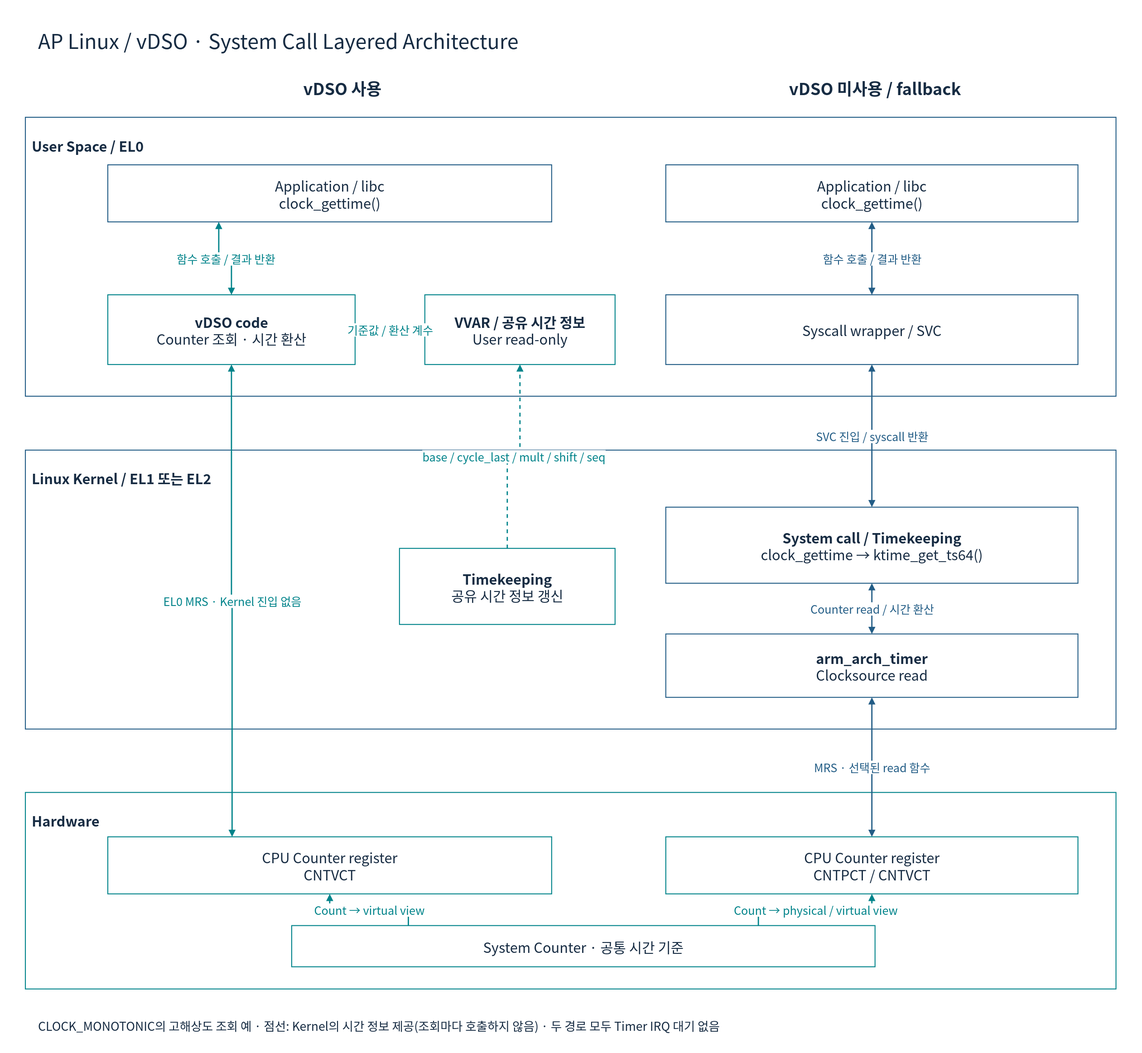
The draw.io diagram doc/phase1/timer/diagrams/08b-linux-vdso-layers.drawio.svg in cometzero/project-apollo, before a commit. Source tidied: cells renumbered, new cells last; positions are measured from the earlier drawing's top-left corner, leaving out a move shared by most shapes.
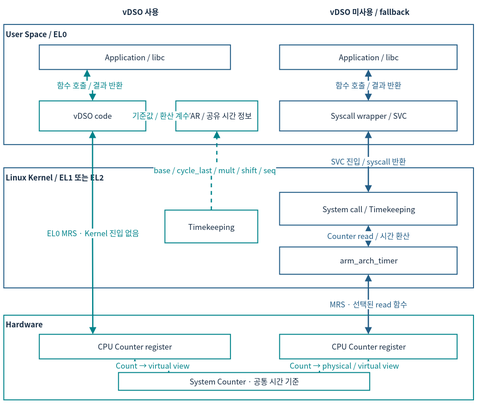
Later version of the same file.

The edit, as a diff of the source:
```diff
@@ -2,92 +2,83 @@
   <root>
     <mxCell id="0" />
     <mxCell id="1" parent="0" />
-    <mxCell id="2" style="rounded=0;whiteSpace=wrap;html=1;fillColor=#FFFFFF;strokeColor=none;strokeWidth=1.5;fontColor=#172C43;fontFamily=Noto Sans CJK KR;fontSize=22;spacing=10;" parent="1" vertex="1">
-      <mxGeometry width="1800" height="1660" as="geometry" />
-    </mxCell>
-    <mxCell id="3" value="AP Linux / vDSO · System Call Layered Architecture" style="rounded=0;whiteSpace=wrap;html=1;fillColor=#FFFFFF;strokeColor=none;strokeWidth=1.5;fontColor=#172C43;fontFamily=Noto Sans CJK KR;fontSize=22;spacing=10;fontSize=32;align=left;" parent="1" vertex="1">
-      <mxGeometry x="50" y="30" width="1700" height="65" as="geometry" />
-    </mxCell>
-    <mxCell id="4" value="vDSO 사용" style="rounded=0;whiteSpace=wrap;html=1;fillColor=#FFFFFF;strokeColor=none;strokeWidth=1.5;fontColor=#172C43;fontFamily=Noto Sans CJK KR;fontSize=22;spacing=10;fontStyle=1;fontSize=26;" parent="1" vertex="1">
-      <mxGeometry x="190" y="110" width="700" height="55" as="geometry" />
+    <mxCell id="4" value="vDSO 사용" style="rounded=0;whiteSpace=wrap;html=1;fillColor=#FFFFFF;strokeColor=none;strokeWidth=1.5;fontColor=#172C43;fontFamily=Noto Sans CJK KR;fontStyle=1;fontSize=12;spacing=3;whiteSpace=wrap;" parent="1" vertex="1">
+      <mxGeometry x="76.5" y="12" width="301.2" height="23.7" as="geometry" />
     </mxCell>
-    <mxCell id="5" value="vDSO 미사용 / fallback" style="rounded=0;whiteSpace=wrap;html=1;fillColor=#FFFFFF;strokeColor=none;strokeWidth=1.5;fontColor=#172C43;fontFamily=Noto Sans CJK KR;fontSize=22;spacing=10;fontStyle=1;fontSize=26;" parent="1" vertex="1">
-      <mxGeometry x="1030" y="110" width="700" height="55" as="geometry" />
+    <mxCell id="5" value="vDSO 미사용 / fallback" style="rounded=0;whiteSpace=wrap;html=1;fillColor=#FFFFFF;strokeColor=none;strokeWidth=1.5;fontColor=#172C43;fontFamily=Noto Sans CJK KR;fontStyle=1;fontSize=12;spacing=3;whiteSpace=wrap;" parent="1" vertex="1">
+      <mxGeometry x="437.9" y="12" width="301.2" height="23.7" as="geometry" />
     </mxCell>
-    <mxCell id="6" value="User Space / EL0" style="rounded=0;whiteSpace=wrap;html=1;fillColor=#FFFFFF;strokeColor=#235D86;strokeWidth=1.5;fontColor=#172C43;fontFamily=Noto Sans CJK KR;fontSize=22;spacing=10;verticalAlign=top;fontStyle=1;spacingTop=16;align=left;" parent="1" vertex="1">
-      <mxGeometry x="40" y="185" width="1720" height="440" as="geometry" />
+    <mxCell id="6" value="User Space / EL0" style="rounded=0;whiteSpace=wrap;html=1;fillColor=#FFFFFF;strokeColor=#235D86;strokeWidth=1.5;fontColor=#172C43;fontFamily=Noto Sans CJK KR;verticalAlign=top;fontStyle=1;align=left;fontSize=12;spacing=3;whiteSpace=wrap;" parent="1" vertex="1">
+      <mxGeometry x="12" y="44.3" width="740" height="189.3" as="geometry" />
     </mxCell>
-    <mxCell id="7" value="Linux Kernel / EL1 또는 EL2" style="rounded=0;whiteSpace=wrap;html=1;fillColor=#FFFFFF;strokeColor=#235D86;strokeWidth=1.5;fontColor=#172C43;fontFamily=Noto Sans CJK KR;fontSize=22;spacing=10;verticalAlign=top;fontStyle=1;spacingTop=16;align=left;" parent="1" vertex="1">
-      <mxGeometry x="40" y="710" width="1720" height="440" as="geometry" />
+    <mxCell id="7" value="Linux Kernel / EL1 또는 EL2" style="rounded=0;whiteSpace=wrap;html=1;fillColor=#FFFFFF;strokeColor=#235D86;strokeWidth=1.5;fontColor=#172C43;fontFamily=Noto Sans CJK KR;verticalAlign=top;fontStyle=1;align=left;fontSize=12;spacing=3;whiteSpace=wrap;" parent="1" vertex="1">
+      <mxGeometry x="12" y="270.1" width="740" height="189.3" as="geometry" />
     </mxCell>
-    <mxCell id="8" value="Hardware" style="rounded=0;whiteSpace=wrap;html=1;fillColor=#FFFFFF;strokeColor=#00838A;strokeWidth=1.5;fontColor=#172C43;fontFamily=Noto Sans CJK KR;fontSize=22;spacing=10;verticalAlign=top;fontStyle=1;spacingTop=16;align=left;" parent="1" vertex="1">
-      <mxGeometry x="40" y="1250" width="1720" height="310" as="geometry" />
+    <mxCell id="8" value="Hardware" style="rounded=0;whiteSpace=wrap;html=1;fillColor=#FFFFFF;strokeColor=#00838A;strokeWidth=1.5;fontColor=#172C43;fontFamily=Noto Sans CJK KR;verticalAlign=top;fontStyle=1;align=left;fontSize=12;spacing=3;whiteSpace=wrap;" parent="1" vertex="1">
+      <mxGeometry x="12" y="502.5" width="740" height="133.4" as="geometry" />
     </mxCell>
-    <mxCell id="9" value="Application / libc&lt;br&gt;clock_gettime()" style="rounded=0;whiteSpace=wrap;html=1;fillColor=#FFFFFF;strokeColor=#235D86;strokeWidth=1.5;fontColor=#172C43;fontFamily=Noto Sans CJK KR;fontSize=22;spacing=10;" parent="1" vertex="1">
-      <mxGeometry x="170" y="260" width="700" height="90" as="geometry" />
+    <mxCell id="9" value="Application / libc" style="rounded=0;whiteSpace=wrap;html=1;fillColor=#FFFFFF;strokeColor=#235D86;strokeWidth=1.5;fontColor=#172C43;fontFamily=Noto Sans CJK KR;fontSize=12;spacing=3;whiteSpace=wrap;" parent="1" vertex="1">
+      <mxGeometry x="67.9" y="76.5" width="301.2" height="38.7" as="geometry" />
     </mxCell>
-    <mxCell id="10" value="Application / libc&lt;br&gt;clock_gettime()" style="rounded=0;whiteSpace=wrap;html=1;fillColor=#FFFFFF;strokeColor=#235D86;strokeWidth=1.5;fontColor=#172C43;fontFamily=Noto Sans CJK KR;fontSize=22;spacing=10;" parent="1" vertex="1">
-      <mxGeometry x="1050" y="260" width="650" height="90" as="geometry" />
+    <mxCell id="10" value="Application / libc" style="rounded=0;whiteSpace=wrap;html=1;fillColor=#FFFFFF;strokeColor=#235D86;strokeWidth=1.5;fontColor=#172C43;fontFamily=Noto Sans CJK KR;fontSize=12;spacing=3;whiteSpace=wrap;" parent="1" vertex="1">
+      <mxGeometry x="446.5" y="76.5" width="279.6" height="38.7" as="geometry" />
     </mxCell>
-    <mxCell id="11" value="&lt;b&gt;vDSO code&lt;/b&gt;&lt;br&gt;Counter 조회 · 시간 환산" style="rounded=0;whiteSpace=wrap;html=1;fillColor=#FFFFFF;strokeColor=#00838A;strokeWidth=1.5;fontColor=#172C43;fontFamily=Noto Sans CJK KR;fontSize=22;spacing=10;" parent="1" vertex="1">
-      <mxGeometry x="170" y="465" width="390" height="110" as="geometry" />
+    <mxCell id="11" value="vDSO code" style="rounded=0;whiteSpace=wrap;html=1;fillColor=#FFFFFF;strokeColor=#00838A;strokeWidth=1.5;fontColor=#172C43;fontFamily=Noto Sans CJK KR;fontSize=12;spacing=3;whiteSpace=wrap;" parent="1" vertex="1">
+      <mxGeometry x="67.9" y="164.7" width="167.8" height="47.3" as="geometry" />
     </mxCell>
-    <mxCell id="12" value="&lt;b&gt;VVAR / 공유 시간 정보&lt;/b&gt;&lt;br&gt;User read-only" style="rounded=0;whiteSpace=wrap;html=1;fillColor=#FFFFFF;strokeColor=#00838A;strokeWidth=1.5;fontColor=#172C43;fontFamily=Noto Sans CJK KR;fontSize=22;spacing=10;" parent="1" vertex="1">
-      <mxGeometry x="670" y="465" width="300" height="110" as="geometry" />
+    <mxCell id="12" value="VVAR / 공유 시간 정보" style="rounded=0;whiteSpace=wrap;html=1;fillColor=#FFFFFF;strokeColor=#00838A;strokeWidth=1.5;fontColor=#172C43;fontFamily=Noto Sans CJK KR;fontSize=12;spacing=3;whiteSpace=wrap;" parent="1" vertex="1">
+      <mxGeometry x="283.1" y="164.7" width="129.1" height="47.3" as="geometry" />
     </mxCell>
-    <mxCell id="13" value="Syscall wrapper / SVC" style="rounded=0;whiteSpace=wrap;html=1;fillColor=#FFFFFF;strokeColor=#235D86;strokeWidth=1.5;fontColor=#172C43;fontFamily=Noto Sans CJK KR;fontSize=22;spacing=10;" parent="1" vertex="1">
-      <mxGeometry x="1050" y="465" width="650" height="110" as="geometry" />
+    <mxCell id="13" value="Syscall wrapper / SVC" style="rounded=0;whiteSpace=wrap;html=1;fillColor=#FFFFFF;strokeColor=#235D86;strokeWidth=1.5;fontColor=#172C43;fontFamily=Noto Sans CJK KR;fontSize=12;spacing=3;whiteSpace=wrap;" parent="1" vertex="1">
+      <mxGeometry x="446.5" y="164.7" width="279.6" height="47.3" as="geometry" />
     </mxCell>
-    <mxCell id="14" value="&lt;b&gt;Timekeeping&lt;/b&gt;&lt;br&gt;공유 시간 정보 갱신" style="rounded=0;whiteSpace=wrap;html=1;fillColor=#FFFFFF;strokeColor=#00838A;strokeWidth=1.5;fontColor=#172C43;fontFamily=Noto Sans CJK KR;fontSize=22;spacing=10;" parent="1" vertex="1">
-      <mxGeometry x="630" y="865" width="340" height="120" as="geometry" />
+    <mxCell id="14" value="Timekeeping" style="rounded=0;whiteSpace=wrap;html=1;fillColor=#FFFFFF;strokeColor=#00838A;strokeWidth=1.5;fontColor=#172C43;fontFamily=Noto Sans CJK KR;fontSize=12;spacing=3;whiteSpace=wrap;" parent="1" vertex="1">
+      <mxGeometry x="265.8" y="336.8" width="146.3" height="51.6" as="geometry" />
     </mxCell>
-    <mxCell id="15" value="&lt;b&gt;System call / Timekeeping&lt;/b&gt;&lt;br&gt;clock_gettime → ktime_get_ts64()" style="rounded=0;whiteSpace=wrap;html=1;fillColor=#FFFFFF;strokeColor=#235D86;strokeWidth=1.5;fontColor=#172C43;fontFamily=Noto Sans CJK KR;fontSize=22;spacing=10;" parent="1" vertex="1">
-      <mxGeometry x="1050" y="800" width="650" height="120" as="geometry" />
+    <mxCell id="15" value="System call / Timekeeping" style="rounded=0;whiteSpace=wrap;html=1;fillColor=#FFFFFF;strokeColor=#235D86;strokeWidth=1.5;fontColor=#172C43;fontFamily=Noto Sans CJK KR;fontSize=12;spacing=3;whiteSpace=wrap;" parent="1" vertex="1">
+      <mxGeometry x="446.5" y="308.9" width="279.6" height="51.6" as="geometry" />
     </mxCell>
-    <mxCell id="16" value="&lt;b&gt;arm_arch_timer&lt;/b&gt;&lt;br&gt;Clocksource read" style="rounded=0;whiteSpace=wrap;html=1;fillColor=#FFFFFF;strokeColor=#235D86;strokeWidth=1.5;fontColor=#172C43;fontFamily=Noto Sans CJK KR;fontSize=22;spacing=10;" parent="1" vertex="1">
-      <mxGeometry x="1050" y="1000" width="650" height="100" as="geometry" />
+    <mxCell id="16" value="arm_arch_timer" style="rounded=0;whiteSpace=wrap;html=1;fillColor=#FFFFFF;strokeColor=#235D86;strokeWidth=1.5;fontColor=#172C43;fontFamily=Noto Sans CJK KR;fontSize=12;spacing=3;whiteSpace=wrap;" parent="1" vertex="1">
+      <mxGeometry x="446.5" y="394.9" width="279.6" height="43" as="geometry" />
     </mxCell>
-    <mxCell id="17" value="CPU Counter register&lt;br&gt;CNTVCT" style="rounded=0;whiteSpace=wrap;html=1;fillColor=#FFFFFF;strokeColor=#00838A;strokeWidth=1.5;fontColor=#172C43;fontFamily=Noto Sans CJK KR;fontSize=22;spacing=10;" parent="1" vertex="1">
-      <mxGeometry x="170" y="1320" width="700" height="90" as="geometry" />
+    <mxCell id="17" value="CPU Counter register" style="rounded=0;whiteSpace=wrap;html=1;fillColor=#FFFFFF;strokeColor=#00838A;strokeWidth=1.5;fontColor=#172C43;fontFamily=Noto Sans CJK KR;fontSize=12;spacing=3;whiteSpace=wrap;" parent="1" vertex="1">
+      <mxGeometry x="67.9" y="532.6" width="301.2" height="38.7" as="geometry" />
     </mxCell>
-    <mxCell id="18" value="CPU Counter register&lt;br&gt;CNTPCT / CNTVCT" style="rounded=0;whiteSpace=wrap;html=1;fillColor=#FFFFFF;strokeColor=#00838A;strokeWidth=1.5;fontColor=#172C43;fontFamily=Noto Sans CJK KR;fontSize=22;spacing=10;" parent="1" vertex="1">
-      <mxGeometry x="1050" y="1320" width="650" height="90" as="geometry" />
+    <mxCell id="18" value="CPU Counter register" style="rounded=0;whiteSpace=wrap;html=1;fillColor=#FFFFFF;strokeColor=#00838A;strokeWidth=1.5;fontColor=#172C43;fontFamily=Noto Sans CJK KR;fontSize=12;spacing=3;whiteSpace=wrap;" parent="1" vertex="1">
+      <mxGeometry x="446.5" y="532.6" width="279.6" height="38.7" as="geometry" />
     </mxCell>
-    <mxCell id="19" value="System Counter · 공통 시간 기준" style="rounded=0;whiteSpace=wrap;html=1;fillColor=#FFFFFF;strokeColor=#00838A;strokeWidth=1.5;fontColor=#172C43;fontFamily=Noto Sans CJK KR;fontSize=22;spacing=10;" parent="1" vertex="1">
-      <mxGeometry x="460" y="1460" width="920" height="65" as="geometry" />
+    <mxCell id="19" value="System Counter · 공통 시간 기준" style="rounded=0;whiteSpace=wrap;html=1;fillColor=#FFFFFF;strokeColor=#00838A;strokeWidth=1.5;fontColor=#172C43;fontFamily=Noto Sans CJK KR;fontSize=12;spacing=3;whiteSpace=wrap;" parent="1" vertex="1">
+      <mxGeometry x="192.7" y="592.8" width="395.8" height="28" as="geometry" />
     </mxCell>
-    <mxCell id="20" value="함수 호출 / 결과 반환" style="edgeStyle=orthogonalEdgeStyle;rounded=0;html=1;endArrow=block;endFill=1;strokeWidth=2;strokeColor=#00838A;fontColor=#00838A;fontFamily=Noto Sans CJK KR;fontSize=18;labelBackgroundColor=#FFFFFF;exitX=0.25;exitY=1;entryX=0.5;entryY=0;startArrow=block;startFill=1;" parent="1" edge="1" source="9" target="11">
+    <mxCell id="20" value="함수 호출 / 결과 반환" style="edgeStyle=orthogonalEdgeStyle;rounded=0;html=1;endArrow=block;endFill=1;strokeWidth=2;strokeColor=#00838A;fontColor=#00838A;fontFamily=Noto Sans CJK KR;labelBackgroundColor=#FFFFFF;exitX=0.25;exitY=1;entryX=0.5;entryY=0;startArrow=block;startFill=1;fontSize=12;spacing=3;whiteSpace=nowrap;" parent="1" edge="1" source="9" target="11">
       <mxGeometry relative="1" as="geometry" />
     </mxCell>
-    <mxCell id="21" value="기준값 / 환산 계수" style="edgeStyle=orthogonalEdgeStyle;rounded=0;html=1;endArrow=block;endFill=1;strokeWidth=2;strokeColor=#00838A;fontColor=#00838A;fontFamily=Noto Sans CJK KR;fontSize=18;labelBackgroundColor=#FFFFFF;exitX=0;exitY=0.5;entryX=1;entryY=0.5;" parent="1" edge="1" source="12" target="11">
+    <mxCell id="21" value="기준값 / 환산 계수" style="edgeStyle=orthogonalEdgeStyle;rounded=0;html=1;endArrow=block;endFill=1;strokeWidth=2;strokeColor=#00838A;fontColor=#00838A;fontFamily=Noto Sans CJK KR;labelBackgroundColor=#FFFFFF;exitX=0;exitY=0.5;entryX=1;entryY=0.5;fontSize=12;spacing=3;whiteSpace=nowrap;" parent="1" edge="1" source="12" target="11">
       <mxGeometry relative="1" as="geometry" />
     </mxCell>
-    <mxCell id="22" value="base / cycle_last / mult / shift / seq" style="edgeStyle=orthogonalEdgeStyle;rounded=0;html=1;endArrow=block;endFill=1;strokeWidth=2;strokeColor=#00838A;fontColor=#00838A;fontFamily=Noto Sans CJK KR;fontSize=18;labelBackgroundColor=#FFFFFF;exitX=0.5;exitY=0;entryX=0.5;entryY=1;dashed=1;" parent="1" edge="1" source="14" target="12">
+    <mxCell id="22" value="base / cycle_last / mult / shift / seq" style="edgeStyle=orthogonalEdgeStyle;rounded=0;html=1;endArrow=block;endFill=1;strokeWidth=2;strokeColor=#00838A;fontColor=#00838A;fontFamily=Noto Sans CJK KR;labelBackgroundColor=#FFFFFF;exitX=0.5;exitY=0;entryX=0.5;entryY=1;dashed=1;fontSize=12;spacing=3;whiteSpace=nowrap;" parent="1" edge="1" source="14" target="12">
       <mxGeometry relative="1" as="geometry" />
     </mxCell>
-    <mxCell id="23" value="EL0 MRS · Kernel 진입 없음" style="edgeStyle=orthogonalEdgeStyle;rounded=0;html=1;endArrow=block;endFill=1;strokeWidth=2;strokeColor=#00838A;fontColor=#00838A;fontFamily=Noto Sans CJK KR;fontSize=18;labelBackgroundColor=#FFFFFF;exitX=0.5;exitY=1;entryX=0.28;entryY=0;startArrow=block;startFill=1;" parent="1" edge="1" source="11" target="17">
+    <mxCell id="23" value="EL0 MRS · Kernel 진입 없음" style="edgeStyle=orthogonalEdgeStyle;rounded=0;html=1;endArrow=block;endFill=1;strokeWidth=2;strokeColor=#00838A;fontColor=#00838A;fontFamily=Noto Sans CJK KR;labelBackgroundColor=#FFFFFF;exitX=0.5;exitY=1;entryX=0.28;entryY=0;startArrow=block;startFill=1;fontSize=12;spacing=3;whiteSpace=nowrap;" parent="1" edge="1" source="11" target="17">
       <mxGeometry relative="1" as="geometry" />
     </mxCell>
-    <mxCell id="24" value="함수 호출 / 결과 반환" style="edgeStyle=orthogonalEdgeStyle;rounded=0;html=1;endArrow=block;endFill=1;strokeWidth=2;strokeColor=#235D86;fontColor=#235D86;fontFamily=Noto Sans CJK KR;fontSize=18;labelBackgroundColor=#FFFFFF;exitX=0.5;exitY=1;entryX=0.5;entryY=0;startArrow=block;startFill=1;" parent="1" edge="1" source="10" target="13">
+    <mxCell id="24" value="함수 호출 / 결과 반환" style="edgeStyle=orthogonalEdgeStyle;rounded=0;html=1;endArrow=block;endFill=1;strokeWidth=2;strokeColor=#235D86;fontColor=#235D86;fontFamily=Noto Sans CJK KR;labelBackgroundColor=#FFFFFF;exitX=0.5;exitY=1;entryX=0.5;entryY=0;startArrow=block;startFill=1;fontSize=12;spacing=3;whiteSpace=nowrap;" parent="1" edge="1" source="10" target="13">
       <mxGeometry relative="1" as="geometry" />
     </mxCell>
-    <mxCell id="25" value="SVC 진입 / syscall 반환" style="edgeStyle=orthogonalEdgeStyle;rounded=0;html=1;endArrow=block;endFill=1;strokeWidth=2;strokeColor=#235D86;fontColor=#235D86;fontFamily=Noto Sans CJK KR;fontSize=18;labelBackgroundColor=#FFFFFF;exitX=0.5;exitY=1;entryX=0.5;entryY=0;startArrow=block;startFill=1;" parent="1" edge="1" source="13" target="15">
+    <mxCell id="25" value="SVC 진입 / syscall 반환" style="edgeStyle=orthogonalEdgeStyle;rounded=0;html=1;endArrow=block;endFill=1;strokeWidth=2;strokeColor=#235D86;fontColor=#235D86;fontFamily=Noto Sans CJK KR;labelBackgroundColor=#FFFFFF;exitX=0.5;exitY=1;entryX=0.5;entryY=0;startArrow=block;startFill=1;fontSize=12;spacing=3;whiteSpace=nowrap;" parent="1" edge="1" source="13" target="15">
       <mxGeometry relative="1" as="geometry" />
     </mxCell>
-    <mxCell id="26" value="Counter read / 시간 환산" style="edgeStyle=orthogonalEdgeStyle;rounded=0;html=1;endArrow=block;endFill=1;strokeWidth=2;strokeColor=#235D86;fontColor=#235D86;fontFamily=Noto Sans CJK KR;fontSize=18;labelBackgroundColor=#FFFFFF;exitX=0.5;exitY=1;entryX=0.5;entryY=0;startArrow=block;startFill=1;" parent="1" edge="1" source="15" target="16">
+    <mxCell id="26" value="Counter read / 시간 환산" style="edgeStyle=orthogonalEdgeStyle;rounded=0;html=1;endArrow=block;endFill=1;strokeWidth=2;strokeColor=#235D86;fontColor=#235D86;fontFamily=Noto Sans CJK KR;labelBackgroundColor=#FFFFFF;exitX=0.5;exitY=1;entryX=0.5;entryY=0;startArrow=block;startFill=1;fontSize=12;spacing=3;whiteSpace=nowrap;" parent="1" edge="1" source="15" target="16">
       <mxGeometry relative="1" as="geometry" />
     </mxCell>
-    <mxCell id="27" value="MRS · 선택된 read 함수" style="edgeStyle=orthogonalEdgeStyle;rounded=0;html=1;endArrow=block;endFill=1;strokeWidth=2;strokeColor=#235D86;fontColor=#235D86;fontFamily=Noto Sans CJK KR;fontSize=18;labelBackgroundColor=#FFFFFF;exitX=0.5;exitY=1;entryX=0.5;entryY=0;startArrow=block;startFill=1;" parent="1" edge="1" source="16" target="18">
+    <mxCell id="27" value="MRS · 선택된 read 함수" style="edgeStyle=orthogonalEdgeStyle;rounded=0;html=1;endArrow=block;endFill=1;strokeWidth=2;strokeColor=#235D86;fontColor=#235D86;fontFamily=Noto Sans CJK KR;labelBackgroundColor=#FFFFFF;exitX=0.5;exitY=1;entryX=0.5;entryY=0;startArrow=block;startFill=1;fontSize=12;spacing=3;whiteSpace=nowrap;" parent="1" edge="1" source="16" target="18">
       <mxGeometry relative="1" as="geometry" />
     </mxCell>
-    <mxCell id="28" value="Count → virtual view" style="edgeStyle=orthogonalEdgeStyle;rounded=0;html=1;endArrow=block;endFill=1;strokeWidth=2;strokeColor=#00838A;fontColor=#00838A;fontFamily=Noto Sans CJK KR;fontSize=18;labelBackgroundColor=#FFFFFF;exitX=0.2;exitY=0;entryX=0.5;entryY=1;" parent="1" edge="1" source="19" target="17">
+    <mxCell id="28" value="Count → virtual view" style="edgeStyle=orthogonalEdgeStyle;rounded=0;html=1;endArrow=block;endFill=1;strokeWidth=2;strokeColor=#00838A;fontColor=#00838A;fontFamily=Noto Sans CJK KR;labelBackgroundColor=#FFFFFF;exitX=0.2;exitY=0;entryX=0.5;entryY=1;fontSize=12;spacing=3;whiteSpace=nowrap;" parent="1" edge="1" source="19" target="17">
       <mxGeometry relative="1" as="geometry" />
     </mxCell>
-    <mxCell id="29" value="Count → physical / virtual view" style="edgeStyle=orthogonalEdgeStyle;rounded=0;html=1;endArrow=block;endFill=1;strokeWidth=2;strokeColor=#00838A;fontColor=#00838A;fontFamily=Noto Sans CJK KR;fontSize=18;labelBackgroundColor=#FFFFFF;exitX=0.8;exitY=0;entryX=0.5;entryY=1;" parent="1" edge="1" source="19" target="18">
+    <mxCell id="29" value="Count → physical / virtual view" style="edgeStyle=orthogonalEdgeStyle;rounded=0;html=1;endArrow=block;endFill=1;strokeWidth=2;strokeColor=#00838A;fontColor=#00838A;fontFamily=Noto Sans CJK KR;labelBackgroundColor=#FFFFFF;exitX=0.8;exitY=0;entryX=0.5;entryY=1;fontSize=12;spacing=3;whiteSpace=nowrap;" parent="1" edge="1" source="19" target="18">
       <mxGeometry relative="1" as="geometry" />
     </mxCell>
-    <mxCell id="30" value="CLOCK_MONOTONIC의 고해상도 조회 예 · 점선: Kernel의 시간 정보 제공(조회마다 호출하지 않음) · 두 경로 모두 Timer IRQ 대기 없음" style="rounded=0;whiteSpace=wrap;html=1;fillColor=#FFFFFF;strokeColor=none;strokeWidth=1.5;fontColor=#172C43;fontFamily=Noto Sans CJK KR;fontSize=22;spacing=10;fontSize=19;align=left;" parent="1" vertex="1">
-      <mxGeometry x="50" y="1590" width="1700" height="55" as="geometry" />
-    </mxCell>
   </root>
 </mxGraphModel>
```
